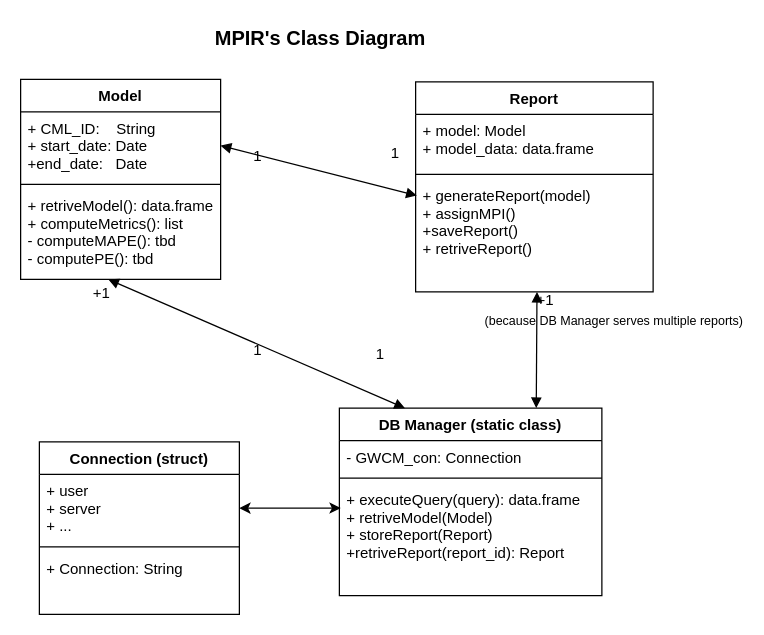
Earlier version of the draw.io diagram ClassDiagram.drawio (aminrigi/Network_CommunityDetection). Source tidied: cells renumbered, new cells numbered last; positions are measured from the earlier drawing's top-left corner, leaving out a move shared by most shapes. Both pictures are drawn from the tidied source at 125%, with x=0, y=0 at pixel (20, 20).
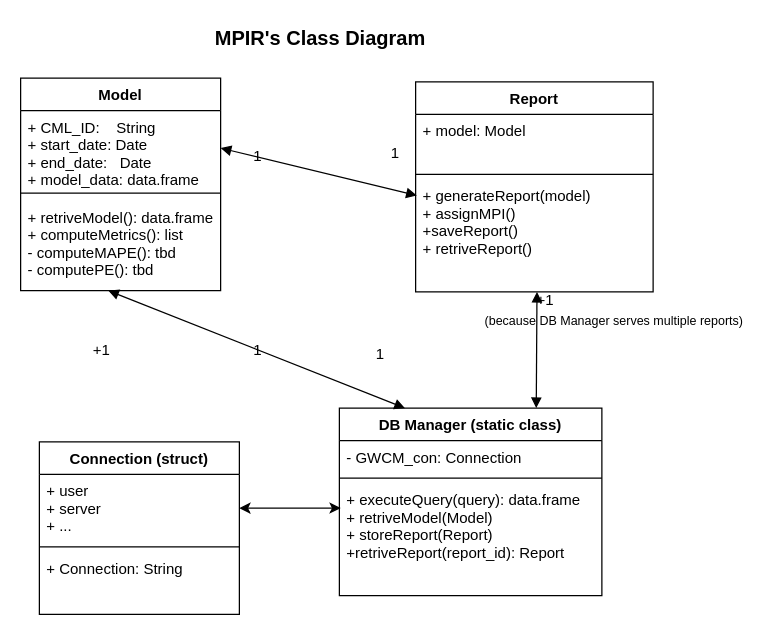
The same diagram, later.

The change refers to these unchanged cells:
```xml
<mxCell id="11" value="Report" style="swimlane;fontStyle=1;align=center;verticalAlign=top;horizontal=1;startSize=26;" parent="1" vertex="1">
  <mxGeometry x="316" y="49" width="190" height="168" as="geometry" />
</mxCell>
```

The edit, as a diff of the source:
```diff
@@
     <mxCell id="2" value="Model" style="swimlane;fontStyle=1;align=center;verticalAlign=top;horizontal=1;startSize=26;" parent="1" vertex="1">
-      <mxGeometry y="47" width="160" height="160" as="geometry" />
+      <mxGeometry y="46" width="160" height="170" as="geometry" />
     </mxCell>
-    <mxCell id="3" value="+ CML_ID:    String&#10;+ start_date: Date &#10;+end_date:   Date&#10;" style="text;strokeColor=none;fillColor=none;align=left;verticalAlign=top;spacingLeft=4;spacingRight=4;overflow=hidden;points=[[0,0.5],[1,0.5]];portConstraint=eastwest;" parent="2" vertex="1">
-      <mxGeometry y="26" width="160" height="54" as="geometry" />
+    <mxCell id="3" value="+ CML_ID:    String&#10;+ start_date: Date &#10;+ end_date:   Date&#10;+ model_data: data.frame&#10;" style="text;strokeColor=none;fillColor=none;align=left;verticalAlign=top;spacingLeft=4;spacingRight=4;overflow=hidden;points=[[0,0.5],[1,0.5]];portConstraint=eastwest;" parent="2" vertex="1">
+      <mxGeometry y="26" width="160" height="60" as="geometry" />
     </mxCell>
     <mxCell id="4" style="line;strokeWidth=1;fillColor=none;align=left;verticalAlign=middle;spacingTop=-1;spacingLeft=3;spacingRight=3;labelPosition=right;" parent="2" vertex="1">
-      <mxGeometry y="80" width="160" height="8" as="geometry" />
+      <mxGeometry y="86" width="160" height="12" as="geometry" />
     </mxCell>
     <mxCell id="5" value="+ retriveModel(): data.frame&#10;+ computeMetrics(): list&#10;- computeMAPE(): tbd&#10;- computePE(): tbd&#10;" style="text;strokeColor=none;fillColor=none;align=left;verticalAlign=top;spacingLeft=4;spacingRight=4;overflow=hidden;points=[[0,0.5],[1,0.5]];portConstraint=eastwest;" parent="2" vertex="1">
-      <mxGeometry y="88" width="160" height="72" as="geometry" />
+      <mxGeometry y="98" width="160" height="72" as="geometry" />
     </mxCell>
@@
-    <mxCell id="12" value="+ model: Model&#10;+ model_data: data.frame&#10;" style="text;strokeColor=none;fillColor=none;align=left;verticalAlign=top;spacingLeft=4;spacingRight=4;overflow=hidden;points=[[0,0.5],[1,0.5]];portConstraint=eastwest;" parent="11" vertex="1">
+    <mxCell id="12" value="+ model: Model&#10;" style="text;strokeColor=none;fillColor=none;align=left;verticalAlign=top;spacingLeft=4;spacingRight=4;overflow=hidden;points=[[0,0.5],[1,0.5]];portConstraint=eastwest;" parent="11" vertex="1">
       <mxGeometry y="26" width="190" height="44" as="geometry" />
     </mxCell>
@@
     <mxCell id="24" value="+1" style="text;align=center;fontStyle=0;verticalAlign=middle;spacingLeft=3;spacingRight=3;strokeColor=none;" parent="1" vertex="1">
-      <mxGeometry x="50" y="204" width="30" height="26" as="geometry" />
+      <mxGeometry x="50" y="250" width="30" height="26" as="geometry" />
     </mxCell>
```
